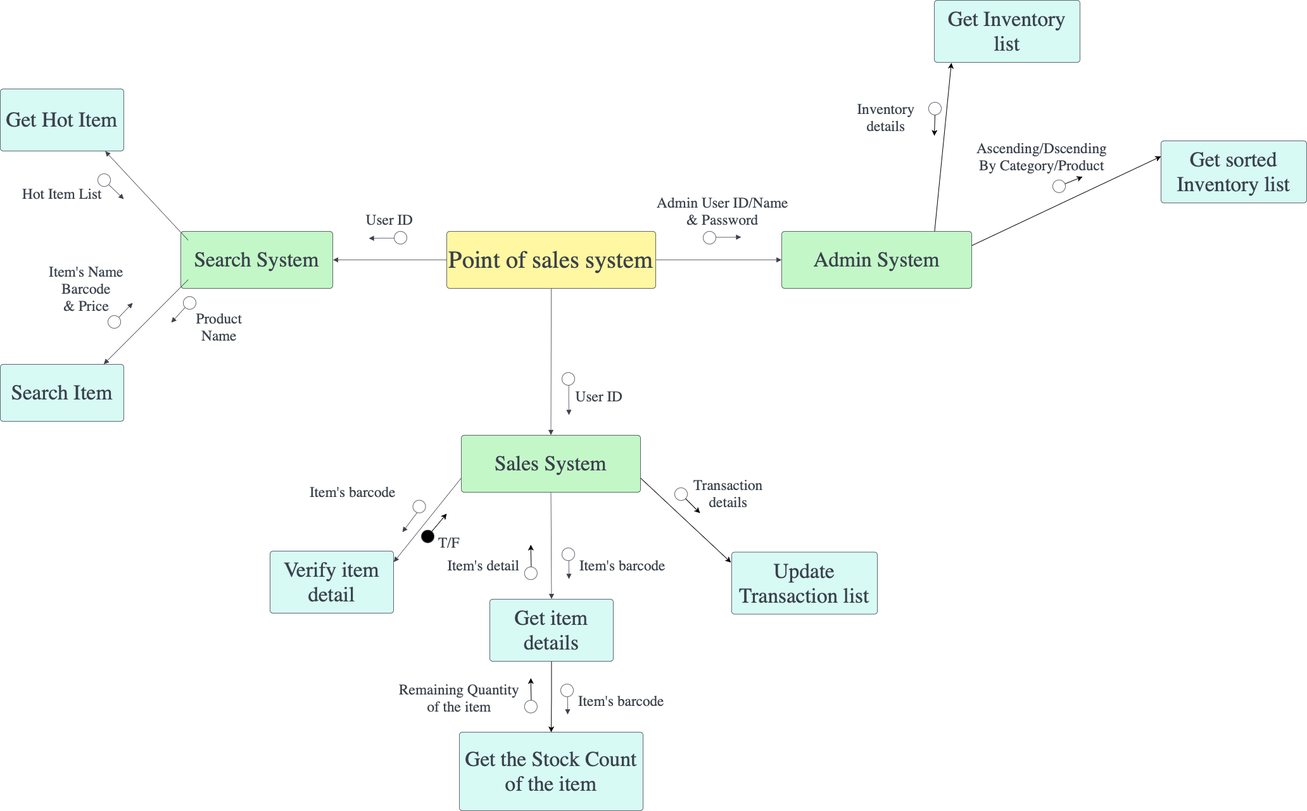
Before: Structure Chart.drawio.png, a diagram exported from draw.io (Charlie102308/SBA_Cloud). Source tidied: cells renumbered, new cells last; positions are measured from the earlier drawing's top-left corner, leaving out a move shared by most shapes.
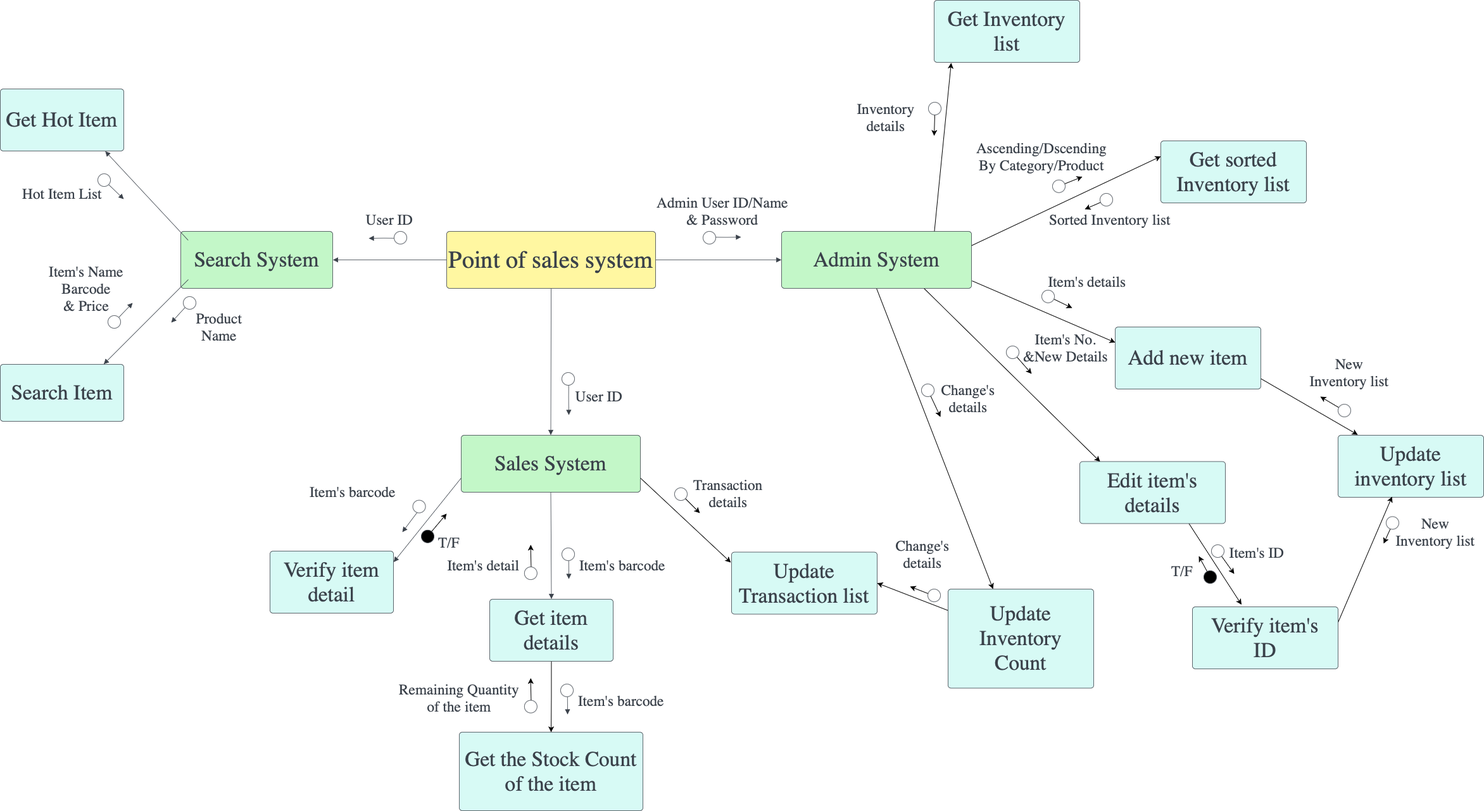
After the commit.

Commit message:
Chart Finished

Change to the diagram source:
```diff
@@ -94,6 +94,15 @@
     <mxCell id="29" style="edgeStyle=none;rounded=0;jettySize=auto;html=1;exitX=1;exitY=0.25;exitDx=0;exitDy=0;entryX=0;entryY=0.25;entryDx=0;entryDy=0;" parent="1" edge="1" source="30" target="80">
       <mxGeometry relative="1" as="geometry" />
     </mxCell>
+    <mxCell id="85" style="edgeStyle=none;rounded=0;jettySize=auto;html=1;entryX=0;entryY=0.25;entryDx=0;entryDy=0;exitX=1.003;exitY=0.868;exitDx=0;exitDy=0;exitPerimeter=0;" parent="1" edge="1" source="30" target="92">
+      <mxGeometry relative="1" as="geometry" />
+    </mxCell>
+    <mxCell id="86" style="edgeStyle=none;rounded=0;jettySize=auto;html=1;exitX=0.75;exitY=1;exitDx=0;exitDy=0;entryX=0.14;entryY=0.004;entryDx=0;entryDy=0;entryPerimeter=0;" parent="1" edge="1" source="30" target="101">
+      <mxGeometry relative="1" as="geometry" />
+    </mxCell>
+    <mxCell id="87" style="edgeStyle=none;rounded=0;jettySize=auto;html=1;exitX=0.5;exitY=1;exitDx=0;exitDy=0;entryX=0.309;entryY=-0.001;entryDx=0;entryDy=0;entryPerimeter=0;" parent="1" edge="1" source="30" target="109">
+      <mxGeometry relative="1" as="geometry" />
+    </mxCell>
     <mxCell id="30" value="Admin System" style="html=1;overflow=block;blockSpacing=1;whiteSpace=wrap;fontSize=33.3;fontFamily=Liberation Serif;fontColor=#3a414a;spacing=3.8;strokeColor=#3a414a;strokeOpacity=100;fillOpacity=100;rounded=1;absoluteArcSize=1;arcSize=9;fillColor=#c3f7c8;strokeWidth=0.8;lucidId=o1owwLro4TEI;" parent="1" vertex="1">
       <mxGeometry x="1234" y="365" width="300" height="90" as="geometry" />
     </mxCell>
@@ -284,5 +293,134 @@
     <mxCell id="84" value="Ascending/Dscending&lt;br&gt;By Category/Product" style="html=1;overflow=block;blockSpacing=1;whiteSpace=wrap;fontSize=23.3;fontFamily=Liberation Serif;fontColor=#3a414a;spacing=3.8;strokeOpacity=0;fillOpacity=0;rounded=1;absoluteArcSize=1;arcSize=9;fillColor=#ffffff;strokeWidth=0.8;lucidId=9_owqinzLd9v;" parent="1" vertex="1">
       <mxGeometry x="1529" y="218" width="232" height="55" as="geometry" />
     </mxCell>
+    <mxCell id="88" style="edgeStyle=none;rounded=0;jettySize=auto;html=1;" parent="1" edge="1" source="89">
+      <mxGeometry relative="1" as="geometry">
+        <mxPoint x="1713" y="330" as="targetPoint" />
+      </mxGeometry>
+    </mxCell>
+    <mxCell id="89" style="html=1;overflow=block;blockSpacing=1;whiteSpace=wrap;ellipse;fontSize=13;spacing=3.8;strokeColor=#3a414a;strokeOpacity=100;rounded=1;absoluteArcSize=1;arcSize=9;rotation=90;strokeWidth=0.8;lucidId=Q9owK0.Er2I1;" parent="1" vertex="1">
+      <mxGeometry x="1737" y="305" width="20" height="20" as="geometry" />
+    </mxCell>
+    <mxCell id="90" value="Sorted Inventory list" style="html=1;overflow=block;blockSpacing=1;whiteSpace=wrap;fontSize=23.3;fontFamily=Liberation Serif;fontColor=#3a414a;spacing=3.8;strokeOpacity=0;fillOpacity=0;rounded=1;absoluteArcSize=1;arcSize=9;fillColor=#ffffff;strokeWidth=0.8;lucidId=9_owqinzLd9v;" parent="1" vertex="1">
+      <mxGeometry x="1637" y="320" width="232" height="55" as="geometry" />
+    </mxCell>
+    <mxCell id="91" style="edgeStyle=none;rounded=0;jettySize=auto;html=1;entryX=0.135;entryY=-0.008;entryDx=0;entryDy=0;entryPerimeter=0;exitX=0.996;exitY=0.827;exitDx=0;exitDy=0;exitPerimeter=0;" parent="1" edge="1" source="92" target="96">
+      <mxGeometry relative="1" as="geometry" />
+    </mxCell>
+    <mxCell id="92" value="Add new item" style="html=1;overflow=block;blockSpacing=1;whiteSpace=wrap;fontSize=33.3;fontFamily=Liberation Serif;fontColor=#3a414a;spacing=9;strokeColor=#3a414a;strokeOpacity=100;fillOpacity=100;rounded=1;absoluteArcSize=1;arcSize=9;fillColor=#d7faf5;strokeWidth=0.8;lucidId=V5owFbRvyP36;" parent="1" vertex="1">
+      <mxGeometry x="1761" y="516" width="230" height="98" as="geometry" />
+    </mxCell>
+    <mxCell id="93" style="edgeStyle=none;rounded=0;jettySize=auto;html=1;" parent="1" edge="1" source="94">
+      <mxGeometry relative="1" as="geometry">
+        <mxPoint x="1693" y="486" as="targetPoint" />
+      </mxGeometry>
+    </mxCell>
+    <mxCell id="94" style="html=1;overflow=block;blockSpacing=1;whiteSpace=wrap;ellipse;fontSize=13;spacing=3.8;strokeColor=#3a414a;strokeOpacity=100;rounded=1;absoluteArcSize=1;arcSize=9;rotation=90;strokeWidth=0.8;lucidId=Q9owK0.Er2I1;" parent="1" vertex="1">
+      <mxGeometry x="1645" y="457.8" width="20" height="20" as="geometry" />
+    </mxCell>
+    <mxCell id="95" value="Item's details" style="html=1;overflow=block;blockSpacing=1;whiteSpace=wrap;fontSize=23.3;fontFamily=Liberation Serif;fontColor=#3a414a;spacing=3.8;strokeOpacity=0;fillOpacity=0;rounded=1;absoluteArcSize=1;arcSize=9;fillColor=#ffffff;strokeWidth=0.8;lucidId=9_owqinzLd9v;" parent="1" vertex="1">
+      <mxGeometry x="1649" y="418" width="136" height="55" as="geometry" />
+    </mxCell>
+    <mxCell id="96" value="Update inventory list" style="html=1;overflow=block;blockSpacing=1;whiteSpace=wrap;fontSize=33.3;fontFamily=Liberation Serif;fontColor=#3a414a;spacing=9;strokeColor=#3a414a;strokeOpacity=100;fillOpacity=100;rounded=1;absoluteArcSize=1;arcSize=9;fillColor=#d7faf5;strokeWidth=0.8;lucidId=V5owFbRvyP36;" parent="1" vertex="1">
+      <mxGeometry x="2113" y="687" width="230" height="98" as="geometry" />
+    </mxCell>
+    <mxCell id="97" style="edgeStyle=none;rounded=0;jettySize=auto;html=1;" parent="1" edge="1" source="98">
+      <mxGeometry relative="1" as="geometry">
+        <mxPoint x="2085" y="626" as="targetPoint" />
+      </mxGeometry>
+    </mxCell>
+    <mxCell id="98" style="html=1;overflow=block;blockSpacing=1;whiteSpace=wrap;ellipse;fontSize=13;spacing=3.8;strokeColor=#3a414a;strokeOpacity=100;rounded=1;absoluteArcSize=1;arcSize=9;rotation=90;strokeWidth=0.8;lucidId=Q9owK0.Er2I1;" parent="1" vertex="1">
+      <mxGeometry x="2113" y="638" width="20" height="20" as="geometry" />
+    </mxCell>
+    <mxCell id="99" value="New Inventory list" style="html=1;overflow=block;blockSpacing=1;whiteSpace=wrap;fontSize=23.3;fontFamily=Liberation Serif;fontColor=#3a414a;spacing=3.8;strokeOpacity=0;fillOpacity=0;rounded=1;absoluteArcSize=1;arcSize=9;fillColor=#ffffff;strokeWidth=0.8;lucidId=9_owqinzLd9v;" parent="1" vertex="1">
+      <mxGeometry x="2063" y="559" width="136" height="55" as="geometry" />
+    </mxCell>
+    <mxCell id="100" style="edgeStyle=none;rounded=0;jettySize=auto;html=1;entryX=0.337;entryY=-0.035;entryDx=0;entryDy=0;entryPerimeter=0;exitX=0.75;exitY=1;exitDx=0;exitDy=0;" parent="1" edge="1" source="101" target="118">
+      <mxGeometry relative="1" as="geometry" />
+    </mxCell>
+    <mxCell id="101" value="Edit item's details" style="html=1;overflow=block;blockSpacing=1;whiteSpace=wrap;fontSize=33.3;fontFamily=Liberation Serif;fontColor=#3a414a;spacing=9;strokeColor=#3a414a;strokeOpacity=100;fillOpacity=100;rounded=1;absoluteArcSize=1;arcSize=9;fillColor=#d7faf5;strokeWidth=0.8;lucidId=V5owFbRvyP36;" parent="1" vertex="1">
+      <mxGeometry x="1705" y="728.5" width="230" height="98" as="geometry" />
+    </mxCell>
+    <mxCell id="102" style="edgeStyle=none;rounded=0;jettySize=auto;html=1;" parent="1" edge="1" source="103">
+      <mxGeometry relative="1" as="geometry">
+        <mxPoint x="1629" y="590" as="targetPoint" />
+      </mxGeometry>
+    </mxCell>
+    <mxCell id="103" style="html=1;overflow=block;blockSpacing=1;whiteSpace=wrap;ellipse;fontSize=13;spacing=3.8;strokeColor=#3a414a;strokeOpacity=100;rounded=1;absoluteArcSize=1;arcSize=9;rotation=90;strokeWidth=0.8;lucidId=Q9owK0.Er2I1;" parent="1" vertex="1">
+      <mxGeometry x="1589" y="546" width="20" height="20" as="geometry" />
+    </mxCell>
+    <mxCell id="104" value="Item's No.&lt;br&gt;&amp;amp;New Details" style="html=1;overflow=block;blockSpacing=1;whiteSpace=wrap;fontSize=23.3;fontFamily=Liberation Serif;fontColor=#3a414a;spacing=3.8;strokeOpacity=0;fillOpacity=0;rounded=1;absoluteArcSize=1;arcSize=9;fillColor=#ffffff;strokeWidth=0.8;lucidId=9_owqinzLd9v;" parent="1" vertex="1">
+      <mxGeometry x="1613" y="520" width="140" height="55" as="geometry" />
+    </mxCell>
+    <mxCell id="105" style="edgeStyle=none;rounded=0;jettySize=auto;html=1;" parent="1" edge="1" source="106">
+      <mxGeometry relative="1" as="geometry">
+        <mxPoint x="2185" y="858" as="targetPoint" />
+      </mxGeometry>
+    </mxCell>
+    <mxCell id="106" style="html=1;overflow=block;blockSpacing=1;whiteSpace=wrap;ellipse;fontSize=13;spacing=3.8;strokeColor=#3a414a;strokeOpacity=100;rounded=1;absoluteArcSize=1;arcSize=9;rotation=90;strokeWidth=0.8;lucidId=Q9owK0.Er2I1;" parent="1" vertex="1">
+      <mxGeometry x="2189" y="815.5" width="20" height="20" as="geometry" />
+    </mxCell>
+    <mxCell id="107" value="New Inventory list" style="html=1;overflow=block;blockSpacing=1;whiteSpace=wrap;fontSize=23.3;fontFamily=Liberation Serif;fontColor=#3a414a;spacing=3.8;strokeOpacity=0;fillOpacity=0;rounded=1;absoluteArcSize=1;arcSize=9;fillColor=#ffffff;strokeWidth=0.8;lucidId=9_owqinzLd9v;" parent="1" vertex="1">
+      <mxGeometry x="2199" y="811" width="136" height="55" as="geometry" />
+    </mxCell>
+    <mxCell id="108" style="edgeStyle=none;rounded=0;jettySize=auto;html=1;entryX=1;entryY=0.5;entryDx=0;entryDy=0;" parent="1" edge="1" source="109" target="70">
+      <mxGeometry relative="1" as="geometry" />
+    </mxCell>
+    <mxCell id="109" value="Update Inventory Count" style="html=1;overflow=block;blockSpacing=1;whiteSpace=wrap;fontSize=33.3;fontFamily=Liberation Serif;fontColor=#3a414a;spacing=9;strokeColor=#3a414a;strokeOpacity=100;fillOpacity=100;rounded=1;absoluteArcSize=1;arcSize=9;fillColor=#d7faf5;strokeWidth=0.8;lucidId=V5owFbRvyP36;" parent="1" vertex="1">
+      <mxGeometry x="1497" y="930" width="230" height="156.4" as="geometry" />
+    </mxCell>
+    <mxCell id="110" value="Change's details" style="html=1;overflow=block;blockSpacing=1;whiteSpace=wrap;fontSize=23.3;fontFamily=Liberation Serif;fontColor=#3a414a;spacing=3.8;strokeOpacity=0;fillOpacity=0;rounded=1;absoluteArcSize=1;arcSize=9;fillColor=#ffffff;strokeWidth=0.8;lucidId=9_owqinzLd9v;" parent="1" vertex="1">
+      <mxGeometry x="1461" y="600.1" width="136" height="55" as="geometry" />
+    </mxCell>
+    <mxCell id="111" value="Change's details" style="html=1;overflow=block;blockSpacing=1;whiteSpace=wrap;fontSize=23.3;fontFamily=Liberation Serif;fontColor=#3a414a;spacing=3.8;strokeOpacity=0;fillOpacity=0;rounded=1;absoluteArcSize=1;arcSize=9;fillColor=#ffffff;strokeWidth=0.8;lucidId=9_owqinzLd9v;" parent="1" vertex="1">
+      <mxGeometry x="1389" y="846" width="136" height="55" as="geometry" />
+    </mxCell>
+    <mxCell id="112" style="group;" parent="1" vertex="1">
+      <mxGeometry x="1455" y="606" width="30" height="52" as="geometry" />
+    </mxCell>
+    <mxCell id="113" style="edgeStyle=none;rounded=0;jettySize=auto;html=1;" parent="112" edge="1" source="114">
+      <mxGeometry relative="1" as="geometry">
+        <mxPoint x="30" y="52" as="targetPoint" />
+      </mxGeometry>
+    </mxCell>
+    <mxCell id="114" style="html=1;overflow=block;blockSpacing=1;whiteSpace=wrap;ellipse;fontSize=13;spacing=3.8;strokeColor=#3a414a;strokeOpacity=100;rounded=1;absoluteArcSize=1;arcSize=9;rotation=90;strokeWidth=0.8;lucidId=Q9owK0.Er2I1;" parent="112" vertex="1">
+      <mxGeometry width="20" height="20" as="geometry" />
+    </mxCell>
+    <mxCell id="115" style="edgeStyle=none;rounded=0;jettySize=auto;html=1;" parent="1" edge="1" source="116">
+      <mxGeometry relative="1" as="geometry">
+        <mxPoint x="1437" y="926" as="targetPoint" />
+      </mxGeometry>
+    </mxCell>
+    <mxCell id="116" style="html=1;overflow=block;blockSpacing=1;whiteSpace=wrap;ellipse;fontSize=13;spacing=3.8;strokeColor=#3a414a;strokeOpacity=100;rounded=1;absoluteArcSize=1;arcSize=9;rotation=90;strokeWidth=0.8;lucidId=Q9owK0.Er2I1;" parent="1" vertex="1">
+      <mxGeometry x="1465" y="930" width="20" height="20" as="geometry" />
+    </mxCell>
+    <mxCell id="117" style="edgeStyle=none;rounded=0;jettySize=auto;html=1;exitX=1;exitY=0.25;exitDx=0;exitDy=0;entryX=0.371;entryY=0.99;entryDx=0;entryDy=0;entryPerimeter=0;" parent="1" edge="1" source="118" target="96">
+      <mxGeometry relative="1" as="geometry" />
+    </mxCell>
+    <mxCell id="118" value="Verify item's ID" style="html=1;overflow=block;blockSpacing=1;whiteSpace=wrap;fontSize=33.3;fontFamily=Liberation Serif;fontColor=#3a414a;spacing=9;strokeColor=#3a414a;strokeOpacity=100;fillOpacity=100;rounded=1;absoluteArcSize=1;arcSize=9;fillColor=#d7faf5;strokeWidth=0.8;lucidId=V5owFbRvyP36;" parent="1" vertex="1">
+      <mxGeometry x="1883" y="958" width="230" height="98" as="geometry" />
+    </mxCell>
+    <mxCell id="119" style="edgeStyle=none;rounded=0;jettySize=auto;html=1;" parent="1" edge="1" source="120">
+      <mxGeometry relative="1" as="geometry">
+        <mxPoint x="1949" y="906" as="targetPoint" />
+      </mxGeometry>
+    </mxCell>
+    <mxCell id="120" style="html=1;overflow=block;blockSpacing=1;whiteSpace=wrap;ellipse;fontSize=13;spacing=3.8;strokeColor=#3a414a;strokeOpacity=100;rounded=1;absoluteArcSize=1;arcSize=9;rotation=90;strokeWidth=0.8;lucidId=Q9owK0.Er2I1;" parent="1" vertex="1">
+      <mxGeometry x="1913" y="860" width="20" height="20" as="geometry" />
+    </mxCell>
+    <mxCell id="121" value="Item's ID" style="html=1;overflow=block;blockSpacing=1;whiteSpace=wrap;fontSize=23.3;fontFamily=Liberation Serif;fontColor=#3a414a;spacing=3.8;strokeOpacity=0;fillOpacity=0;rounded=1;absoluteArcSize=1;arcSize=9;fillColor=#ffffff;strokeWidth=0.8;lucidId=9_owqinzLd9v;" parent="1" vertex="1">
+      <mxGeometry x="1917" y="846" width="136" height="55" as="geometry" />
+    </mxCell>
+    <mxCell id="122" style="edgeStyle=none;rounded=0;jettySize=auto;html=1;" parent="1" edge="1" source="123">
+      <mxGeometry relative="1" as="geometry">
+        <mxPoint x="1893" y="878" as="targetPoint" />
+      </mxGeometry>
+    </mxCell>
+    <mxCell id="123" style="html=1;overflow=block;blockSpacing=1;whiteSpace=wrap;ellipse;fontSize=13;spacing=3.8;strokeColor=#3a414a;strokeOpacity=100;rounded=1;absoluteArcSize=1;arcSize=9;rotation=0;strokeWidth=0.8;lucidId=Q9owK0.Er2I1;fillColor=#000000;" parent="1" vertex="1">
+      <mxGeometry x="1901" y="901" width="20" height="20" as="geometry" />
+    </mxCell>
+    <mxCell id="124" value="T/F" style="html=1;overflow=block;blockSpacing=1;whiteSpace=wrap;fontSize=23.3;fontFamily=Liberation Serif;fontColor=#3a414a;spacing=3.8;strokeOpacity=0;fillOpacity=0;rounded=1;absoluteArcSize=1;arcSize=9;fillColor=#ffffff;strokeWidth=0.8;lucidId=9_owqinzLd9v;" parent="1" vertex="1">
+      <mxGeometry x="1799" y="875" width="136" height="55" as="geometry" />
+    </mxCell>
   </root>
 </mxGraphModel>
```
